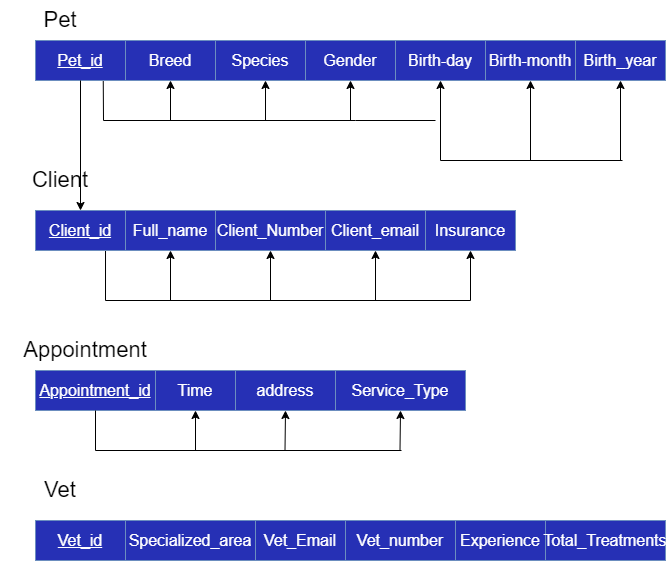
This is FunctionalDependency.drawio.png from tomztz/SQL-Pet-Clinic, a draw.io export, as it was before one commit. Source tidied: cells renumbered, new cells last; positions are measured from the earlier drawing's top-left corner, leaving out a move shared by most shapes.
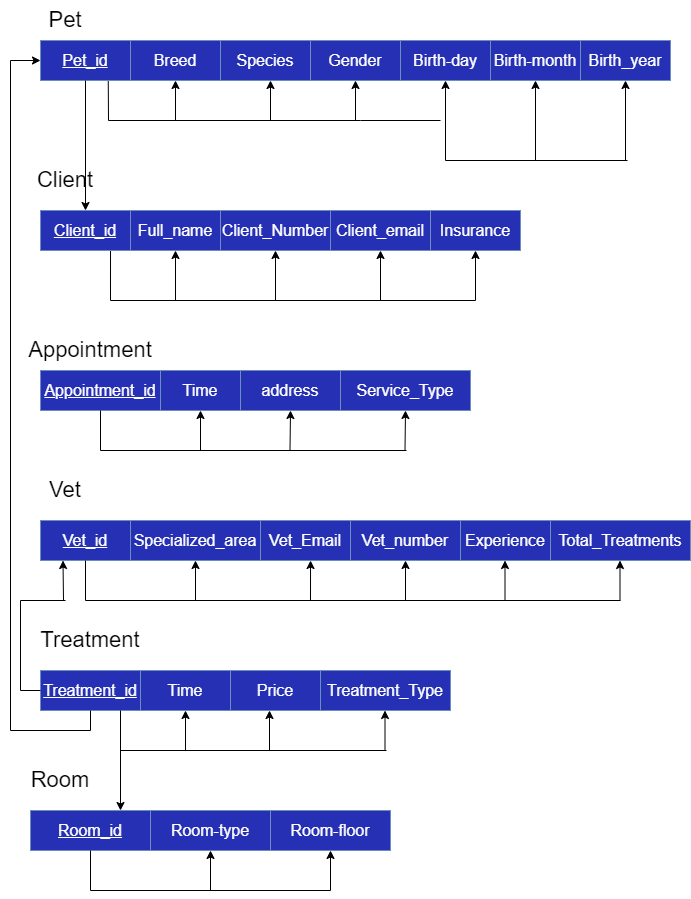
The same diagram one commit later.

Diff of the diagram source:
```diff
@@ -193,10 +193,167 @@
       <mxGeometry x="455" y="520" width="90" height="40" as="geometry" />
     </mxCell>
     <mxCell id="48" value="&lt;font color=&quot;#ffffff&quot;&gt;&lt;span style=&quot;font-size: 16px&quot;&gt;Total_Treatments&lt;/span&gt;&lt;/font&gt;" style="rounded=0;whiteSpace=wrap;html=1;fillColor=#2630B5;strokeColor=#6c8ebf;" parent="1" vertex="1">
-      <mxGeometry x="545" y="520" width="120" height="40" as="geometry" />
+      <mxGeometry x="545" y="520" width="140" height="40" as="geometry" />
     </mxCell>
     <mxCell id="49" value="&lt;font style=&quot;font-size: 22px&quot;&gt;Vet&lt;/font&gt;" style="text;html=1;strokeColor=none;fillColor=none;align=center;verticalAlign=middle;whiteSpace=wrap;rounded=0;" parent="1" vertex="1">
       <mxGeometry x="20" y="470" width="80" height="40" as="geometry" />
     </mxCell>
+    <mxCell id="50" style="endArrow=classic;html=1;rounded=0;sourcePerimeterSpacing=0;targetPerimeterSpacing=-1;entryX=0.5;entryY=1;entryDx=0;entryDy=0;" parent="1" edge="1" target="44">
+      <mxGeometry relative="1" as="geometry">
+        <mxPoint x="190" y="600" as="sourcePoint" />
+      </mxGeometry>
+    </mxCell>
+    <mxCell id="51" style="endArrow=classic;html=1;rounded=0;sourcePerimeterSpacing=0;targetPerimeterSpacing=-1;entryX=0.556;entryY=1;entryDx=0;entryDy=0;entryPerimeter=0;" parent="1" edge="1" target="45">
+      <mxGeometry relative="1" as="geometry">
+        <mxPoint x="305" y="600" as="sourcePoint" />
+      </mxGeometry>
+    </mxCell>
+    <mxCell id="52" style="endArrow=classic;html=1;rounded=0;sourcePerimeterSpacing=0;targetPerimeterSpacing=-1;entryX=0.5;entryY=1;entryDx=0;entryDy=0;" parent="1" edge="1" target="46">
+      <mxGeometry relative="1" as="geometry">
+        <mxPoint x="400" y="600" as="sourcePoint" />
+      </mxGeometry>
+    </mxCell>
+    <mxCell id="53" style="endArrow=classic;html=1;rounded=0;sourcePerimeterSpacing=0;targetPerimeterSpacing=-1;entryX=0.5;entryY=1;entryDx=0;entryDy=0;" parent="1" edge="1">
+      <mxGeometry relative="1" as="geometry">
+        <mxPoint x="499.5" y="600" as="sourcePoint" />
+        <mxPoint x="499.5" y="560" as="targetPoint" />
+      </mxGeometry>
+    </mxCell>
+    <mxCell id="54" style="endArrow=classic;html=1;rounded=0;sourcePerimeterSpacing=0;targetPerimeterSpacing=-1;entryX=0.5;entryY=1;entryDx=0;entryDy=0;" parent="1" edge="1">
+      <mxGeometry relative="1" as="geometry">
+        <mxPoint x="614.5" y="600" as="sourcePoint" />
+        <mxPoint x="614.5" y="560" as="targetPoint" />
+      </mxGeometry>
+    </mxCell>
+    <mxCell id="55" style="endArrow=none;html=1;rounded=0;sourcePerimeterSpacing=0;targetPerimeterSpacing=-1;exitX=0.5;exitY=1;exitDx=0;exitDy=0;" parent="1" edge="1" source="43">
+      <mxGeometry relative="1" as="geometry">
+        <mxPoint x="80" y="600" as="targetPoint" />
+      </mxGeometry>
+    </mxCell>
+    <mxCell id="56" style="endArrow=none;html=1;rounded=0;sourcePerimeterSpacing=0;targetPerimeterSpacing=-1;" parent="1" edge="1">
+      <mxGeometry relative="1" as="geometry">
+        <mxPoint x="80" y="600" as="sourcePoint" />
+        <mxPoint x="615" y="600" as="targetPoint" />
+      </mxGeometry>
+    </mxCell>
+    <mxCell id="57" value="&lt;u style=&quot;color: rgb(255 , 255 , 255) ; font-size: 16px&quot;&gt;Treatment_id&lt;/u&gt;" style="rounded=0;whiteSpace=wrap;html=1;fillColor=#2630B5;strokeColor=#6c8ebf;" parent="1" vertex="1">
+      <mxGeometry x="35" y="670" width="100" height="40" as="geometry" />
+    </mxCell>
+    <mxCell id="58" value="&lt;font color=&quot;#ffffff&quot;&gt;&lt;span style=&quot;font-size: 16px&quot;&gt;Time&lt;/span&gt;&lt;/font&gt;" style="rounded=0;whiteSpace=wrap;html=1;fillColor=#2630B5;strokeColor=#6c8ebf;" parent="1" vertex="1">
+      <mxGeometry x="135" y="670" width="90" height="40" as="geometry" />
+    </mxCell>
+    <mxCell id="59" value="&lt;font color=&quot;#ffffff&quot;&gt;&lt;span style=&quot;font-size: 16px&quot;&gt;Price&lt;/span&gt;&lt;/font&gt;" style="rounded=0;whiteSpace=wrap;html=1;fillColor=#2630B5;strokeColor=#6c8ebf;" parent="1" vertex="1">
+      <mxGeometry x="225" y="670" width="90" height="40" as="geometry" />
+    </mxCell>
+    <mxCell id="60" value="&lt;font color=&quot;#ffffff&quot;&gt;&lt;span style=&quot;font-size: 16px&quot;&gt;Treatment_Type&lt;/span&gt;&lt;/font&gt;" style="rounded=0;whiteSpace=wrap;html=1;fillColor=#2630B5;strokeColor=#6c8ebf;" parent="1" vertex="1">
+      <mxGeometry x="315" y="670" width="130" height="40" as="geometry" />
+    </mxCell>
+    <mxCell id="61" value="&lt;font style=&quot;font-size: 22px&quot;&gt;Treatment&lt;/font&gt;" style="text;html=1;strokeColor=none;fillColor=none;align=center;verticalAlign=middle;whiteSpace=wrap;rounded=0;" parent="1" vertex="1">
+      <mxGeometry x="25" y="620" width="120" height="40" as="geometry" />
+    </mxCell>
+    <mxCell id="62" style="endArrow=classic;html=1;rounded=0;sourcePerimeterSpacing=0;targetPerimeterSpacing=-1;entryX=0.25;entryY=1;entryDx=0;entryDy=0;" parent="1" edge="1" target="43">
+      <mxGeometry relative="1" as="geometry">
+        <mxPoint x="58" y="600" as="sourcePoint" />
+      </mxGeometry>
+    </mxCell>
+    <mxCell id="63" style="endArrow=none;html=1;rounded=0;sourcePerimeterSpacing=0;targetPerimeterSpacing=-1;" parent="1" edge="1">
+      <mxGeometry relative="1" as="geometry">
+        <mxPoint x="15" y="600" as="sourcePoint" />
+        <mxPoint x="60" y="600" as="targetPoint" />
+      </mxGeometry>
+    </mxCell>
+    <mxCell id="64" style="endArrow=none;html=1;rounded=0;sourcePerimeterSpacing=0;targetPerimeterSpacing=-1;" parent="1" edge="1">
+      <mxGeometry relative="1" as="geometry">
+        <mxPoint x="15" y="600" as="sourcePoint" />
+        <mxPoint x="15" y="690" as="targetPoint" />
+      </mxGeometry>
+    </mxCell>
+    <mxCell id="65" style="endArrow=none;html=1;rounded=0;sourcePerimeterSpacing=0;targetPerimeterSpacing=-1;entryX=0;entryY=0.5;entryDx=0;entryDy=0;" parent="1" edge="1" target="57">
+      <mxGeometry relative="1" as="geometry">
+        <mxPoint x="15" y="690" as="sourcePoint" />
+      </mxGeometry>
+    </mxCell>
+    <mxCell id="66" style="endArrow=classic;html=1;rounded=0;sourcePerimeterSpacing=0;targetPerimeterSpacing=-1;entryX=0;entryY=0.5;entryDx=0;entryDy=0;" parent="1" edge="1" target="4">
+      <mxGeometry relative="1" as="geometry">
+        <mxPoint x="5" y="60" as="sourcePoint" />
+      </mxGeometry>
+    </mxCell>
+    <mxCell id="67" style="endArrow=none;html=1;rounded=0;sourcePerimeterSpacing=0;targetPerimeterSpacing=-1;" parent="1" edge="1">
+      <mxGeometry relative="1" as="geometry">
+        <mxPoint x="5" y="730" as="sourcePoint" />
+        <mxPoint x="5" y="60" as="targetPoint" />
+      </mxGeometry>
+    </mxCell>
+    <mxCell id="68" style="endArrow=none;html=1;rounded=0;sourcePerimeterSpacing=0;targetPerimeterSpacing=-1;" parent="1" edge="1">
+      <mxGeometry relative="1" as="geometry">
+        <mxPoint x="5" y="730" as="sourcePoint" />
+        <mxPoint x="85" y="730" as="targetPoint" />
+      </mxGeometry>
+    </mxCell>
+    <mxCell id="69" style="endArrow=none;html=1;rounded=0;sourcePerimeterSpacing=0;targetPerimeterSpacing=-1;entryX=0.5;entryY=1;entryDx=0;entryDy=0;" parent="1" edge="1" target="57">
+      <mxGeometry relative="1" as="geometry">
+        <mxPoint x="85" y="730" as="sourcePoint" />
+      </mxGeometry>
+    </mxCell>
+    <mxCell id="70" value="&lt;u style=&quot;color: rgb(255 , 255 , 255) ; font-size: 16px&quot;&gt;Room_id&lt;/u&gt;" style="rounded=0;whiteSpace=wrap;html=1;fillColor=#2630B5;strokeColor=#6c8ebf;" parent="1" vertex="1">
+      <mxGeometry x="25" y="810" width="120" height="40" as="geometry" />
+    </mxCell>
+    <mxCell id="71" value="&lt;font style=&quot;font-size: 22px&quot;&gt;Room&lt;/font&gt;" style="text;html=1;strokeColor=none;fillColor=none;align=center;verticalAlign=middle;whiteSpace=wrap;rounded=0;" parent="1" vertex="1">
+      <mxGeometry x="-5" y="760" width="120" height="40" as="geometry" />
+    </mxCell>
+    <mxCell id="72" value="&lt;font color=&quot;#ffffff&quot;&gt;&lt;span style=&quot;font-size: 16px&quot;&gt;Room-type&lt;/span&gt;&lt;/font&gt;" style="rounded=0;whiteSpace=wrap;html=1;fillColor=#2630B5;strokeColor=#6c8ebf;" parent="1" vertex="1">
+      <mxGeometry x="145" y="810" width="120" height="40" as="geometry" />
+    </mxCell>
+    <mxCell id="73" value="&lt;font color=&quot;#ffffff&quot;&gt;&lt;span style=&quot;font-size: 16px&quot;&gt;Room-floor&lt;/span&gt;&lt;/font&gt;" style="rounded=0;whiteSpace=wrap;html=1;fillColor=#2630B5;strokeColor=#6c8ebf;" parent="1" vertex="1">
+      <mxGeometry x="265" y="810" width="120" height="40" as="geometry" />
+    </mxCell>
+    <mxCell id="74" style="endArrow=classic;html=1;rounded=0;fontSize=16;fontColor=#FFFFFF;entryX=0.75;entryY=0;entryDx=0;entryDy=0;exitX=0.8;exitY=1;exitDx=0;exitDy=0;exitPerimeter=0;" parent="1" edge="1" source="57" target="70">
+      <mxGeometry relative="1" as="geometry" />
+    </mxCell>
+    <mxCell id="75" style="endArrow=classic;html=1;rounded=0;sourcePerimeterSpacing=0;targetPerimeterSpacing=-1;entryX=0.5;entryY=1;entryDx=0;entryDy=0;" parent="1" edge="1" target="58">
+      <mxGeometry relative="1" as="geometry">
+        <mxPoint x="180" y="750" as="sourcePoint" />
+      </mxGeometry>
+    </mxCell>
+    <mxCell id="76" style="endArrow=classic;html=1;rounded=0;sourcePerimeterSpacing=0;targetPerimeterSpacing=-1;entryX=0.5;entryY=1;entryDx=0;entryDy=0;" parent="1" edge="1">
+      <mxGeometry relative="1" as="geometry">
+        <mxPoint x="264" y="750" as="sourcePoint" />
+        <mxPoint x="264" y="710" as="targetPoint" />
+      </mxGeometry>
+    </mxCell>
+    <mxCell id="77" style="endArrow=classic;html=1;rounded=0;sourcePerimeterSpacing=0;targetPerimeterSpacing=-1;entryX=0.5;entryY=1;entryDx=0;entryDy=0;" parent="1" edge="1">
+      <mxGeometry relative="1" as="geometry">
+        <mxPoint x="379.5" y="750" as="sourcePoint" />
+        <mxPoint x="379.5" y="710" as="targetPoint" />
+      </mxGeometry>
+    </mxCell>
+    <mxCell id="78" style="endArrow=none;html=1;rounded=0;sourcePerimeterSpacing=0;targetPerimeterSpacing=-1;" parent="1" edge="1">
+      <mxGeometry relative="1" as="geometry">
+        <mxPoint x="115" y="750" as="sourcePoint" />
+        <mxPoint x="381" y="750" as="targetPoint" />
+      </mxGeometry>
+    </mxCell>
+    <mxCell id="79" style="endArrow=classic;html=1;rounded=0;sourcePerimeterSpacing=0;targetPerimeterSpacing=-1;entryX=0.5;entryY=1;entryDx=0;entryDy=0;" parent="1" edge="1" target="72">
+      <mxGeometry relative="1" as="geometry">
+        <mxPoint x="205" y="890" as="sourcePoint" />
+      </mxGeometry>
+    </mxCell>
+    <mxCell id="80" style="endArrow=classic;html=1;rounded=0;sourcePerimeterSpacing=0;targetPerimeterSpacing=-1;entryX=0.5;entryY=1;entryDx=0;entryDy=0;" parent="1" edge="1">
+      <mxGeometry relative="1" as="geometry">
+        <mxPoint x="325" y="890" as="sourcePoint" />
+        <mxPoint x="325" y="850" as="targetPoint" />
+      </mxGeometry>
+    </mxCell>
+    <mxCell id="81" style="endArrow=none;html=1;rounded=0;sourcePerimeterSpacing=0;targetPerimeterSpacing=-1;entryX=0.5;entryY=1;entryDx=0;entryDy=0;" parent="1" edge="1" target="70">
+      <mxGeometry relative="1" as="geometry">
+        <mxPoint x="85" y="890" as="sourcePoint" />
+      </mxGeometry>
+    </mxCell>
+    <mxCell id="82" style="endArrow=none;html=1;rounded=0;sourcePerimeterSpacing=0;targetPerimeterSpacing=-1;" parent="1" edge="1">
+      <mxGeometry relative="1" as="geometry">
+        <mxPoint x="85" y="890" as="sourcePoint" />
+        <mxPoint x="325" y="890" as="targetPoint" />
+      </mxGeometry>
+    </mxCell>
   </root>
 </mxGraphModel>
```
